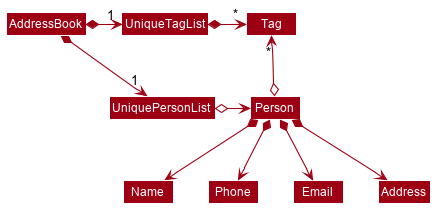
Before: docs/images/BetterModelClassDiagram.png, a diagram exported from PlantUML (nus-cs2103-AY1920S2/addressbook-level3).
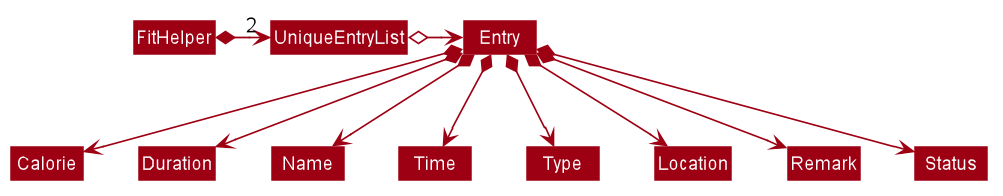
After the commit.

What changed in the source:
```diff
@@ -51,18 +51,15 @@
 skinparam arrowColor #9D0012
 skinparam classBackgroundColor #9D0012
 
-AddressBook *-right-> "1" UniquePersonList
-AddressBook *-right-> "1" UniqueTagList
-UniqueTagList -[hidden]down- UniquePersonList
-UniqueTagList -[hidden]down- UniquePersonList
+FitHelper *-right-> "2" UniqueEntryList
+UniqueEntryList o-right-> Entry
 
-UniqueTagList *-right-> "*" Tag
-UniquePersonList o-right-> Person
-
-Person o-up-> "*" Tag
-
-Person *--> Name
-Person *--> Phone
-Person *--> Email
-Person *--> Address
+Entry *--> Calorie
+Entry *--> Duration
+Entry *--> Name
+Entry *--> Time
+Entry *--> Type
+Entry *--> Location
+Entry *--> Remark
+Entry *--> Status
 @enduml
```
